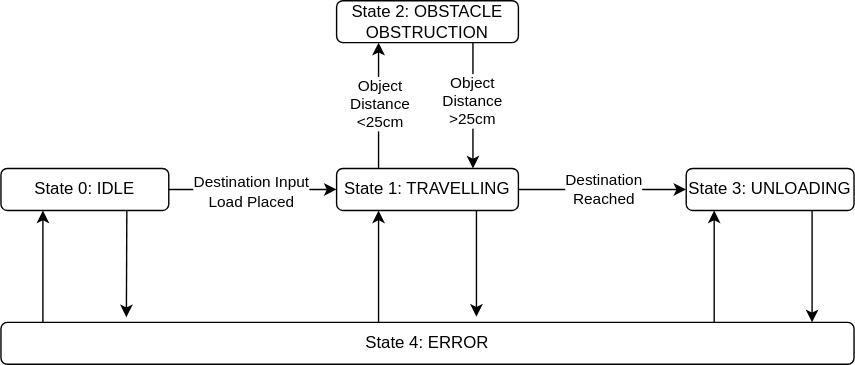
This is docs/State_Diagram.drawio.svg from ChidumamAmadi-Obi/Warehouse-AGV, a draw.io export, as it was before one commit. Source tidied: cells renumbered, new cells last; positions are measured from the earlier drawing's top-left corner, leaving out a move shared by most shapes. Its diagram source:
```xml
<mxGraphModel>
  <root>
    <mxCell id="0" />
    <mxCell id="1" parent="0" />
    <mxCell id="2" style="edgeStyle=orthogonalEdgeStyle;rounded=0;jettySize=auto;html=1;" parent="1" edge="1" source="4" target="9">
      <mxGeometry relative="1" as="geometry" />
    </mxCell>
    <mxCell id="3" value="&lt;div&gt;Destination Input&lt;/div&gt;&lt;div&gt;Load Placed&lt;/div&gt;" style="edgeLabel;html=1;align=center;verticalAlign=middle;" parent="2" vertex="1">
      <mxGeometry x="-0.03" y="-1" relative="1" as="geometry" />
    </mxCell>
    <mxCell id="4" value="State 0: IDLE" style="rounded=1;whiteSpace=wrap;html=1;" parent="1" vertex="1">
      <mxGeometry y="120" width="120" height="30" as="geometry" />
    </mxCell>
    <mxCell id="5" style="edgeStyle=orthogonalEdgeStyle;rounded=0;jettySize=auto;html=1;" parent="1" edge="1" source="9" target="12">
      <mxGeometry relative="1" as="geometry">
        <Array as="points">
          <mxPoint x="270" y="70" />
          <mxPoint x="270" y="70" />
        </Array>
      </mxGeometry>
    </mxCell>
    <mxCell id="6" value="&lt;div&gt;Object&lt;/div&gt;&lt;div&gt;Distance&lt;/div&gt;&lt;div&gt;&amp;lt;25cm&lt;/div&gt;" style="edgeLabel;html=1;align=center;verticalAlign=middle;" parent="5" vertex="1">
      <mxGeometry x="0.04" relative="1" as="geometry" />
    </mxCell>
    <mxCell id="7" style="edgeStyle=orthogonalEdgeStyle;rounded=0;jettySize=auto;html=1;entryX=0;entryY=0.5;entryDx=0;entryDy=0;" parent="1" edge="1" source="9" target="13">
      <mxGeometry relative="1" as="geometry" />
    </mxCell>
    <mxCell id="8" value="&lt;div&gt;Destination&lt;/div&gt;&lt;div&gt;Reached&lt;/div&gt;" style="edgeLabel;html=1;align=center;verticalAlign=middle;" parent="7" vertex="1">
      <mxGeometry y="1" relative="1" as="geometry" />
    </mxCell>
    <mxCell id="9" value="State 1: TRAVELLING" style="rounded=1;whiteSpace=wrap;html=1;" parent="1" vertex="1">
      <mxGeometry x="240" y="120" width="130" height="30" as="geometry" />
    </mxCell>
    <mxCell id="10" style="edgeStyle=orthogonalEdgeStyle;rounded=0;jettySize=auto;html=1;entryX=0.75;entryY=0;entryDx=0;entryDy=0;" parent="1" edge="1" source="12" target="9">
      <mxGeometry relative="1" as="geometry">
        <Array as="points">
          <mxPoint x="338" y="80" />
        </Array>
      </mxGeometry>
    </mxCell>
    <mxCell id="11" value="&lt;div&gt;Object&lt;/div&gt;&lt;div&gt;Distance&lt;/div&gt;&lt;div&gt;&amp;gt;25cm&lt;/div&gt;" style="edgeLabel;html=1;align=center;verticalAlign=middle;" parent="10" vertex="1">
      <mxGeometry x="-0.08" y="-1" relative="1" as="geometry" />
    </mxCell>
    <mxCell id="12" value="State 2: OBSTACLE OBSTRUCTION" style="rounded=1;whiteSpace=wrap;html=1;" parent="1" vertex="1">
      <mxGeometry x="240" width="130" height="30" as="geometry" />
    </mxCell>
    <mxCell id="13" value="State 3: UNLOADING" style="rounded=1;whiteSpace=wrap;html=1;" parent="1" vertex="1">
      <mxGeometry x="490" y="120" width="120" height="30" as="geometry" />
    </mxCell>
    <mxCell id="14" value="State 4: ERROR" style="rounded=1;whiteSpace=wrap;html=1;" parent="1" vertex="1">
      <mxGeometry y="230" width="610" height="30" as="geometry" />
    </mxCell>
    <mxCell id="15" style="endArrow=classic;html=1;rounded=0;entryX=0.147;entryY=-0.122;entryDx=0;entryDy=0;entryPerimeter=0;" parent="1" edge="1" target="14">
      <mxGeometry relative="1" as="geometry">
        <mxPoint x="90" y="150" as="sourcePoint" />
      </mxGeometry>
    </mxCell>
    <mxCell id="16" style="endArrow=classic;html=1;rounded=0;entryX=0.147;entryY=-0.122;entryDx=0;entryDy=0;entryPerimeter=0;" parent="1" edge="1">
      <mxGeometry relative="1" as="geometry">
        <mxPoint x="340" y="150" as="sourcePoint" />
        <mxPoint x="340" y="226" as="targetPoint" />
      </mxGeometry>
    </mxCell>
    <mxCell id="17" style="endArrow=classic;html=1;rounded=0;entryX=0.147;entryY=-0.122;entryDx=0;entryDy=0;entryPerimeter=0;" parent="1" edge="1">
      <mxGeometry relative="1" as="geometry">
        <mxPoint x="580" y="150" as="sourcePoint" />
        <mxPoint x="580" y="230" as="targetPoint" />
      </mxGeometry>
    </mxCell>
    <mxCell id="18" style="endArrow=classic;html=1;rounded=0;" parent="1" edge="1">
      <mxGeometry relative="1" as="geometry">
        <mxPoint x="30" y="230" as="sourcePoint" />
        <mxPoint x="30" y="150" as="targetPoint" />
      </mxGeometry>
    </mxCell>
    <mxCell id="19" style="endArrow=classic;html=1;rounded=0;" parent="1" edge="1">
      <mxGeometry relative="1" as="geometry">
        <mxPoint x="270" y="230" as="sourcePoint" />
        <mxPoint x="270" y="150" as="targetPoint" />
      </mxGeometry>
    </mxCell>
    <mxCell id="20" style="endArrow=classic;html=1;rounded=0;" parent="1" edge="1">
      <mxGeometry relative="1" as="geometry">
        <mxPoint x="510" y="230" as="sourcePoint" />
        <mxPoint x="510" y="150" as="targetPoint" />
      </mxGeometry>
    </mxCell>
  </root>
</mxGraphModel>
```
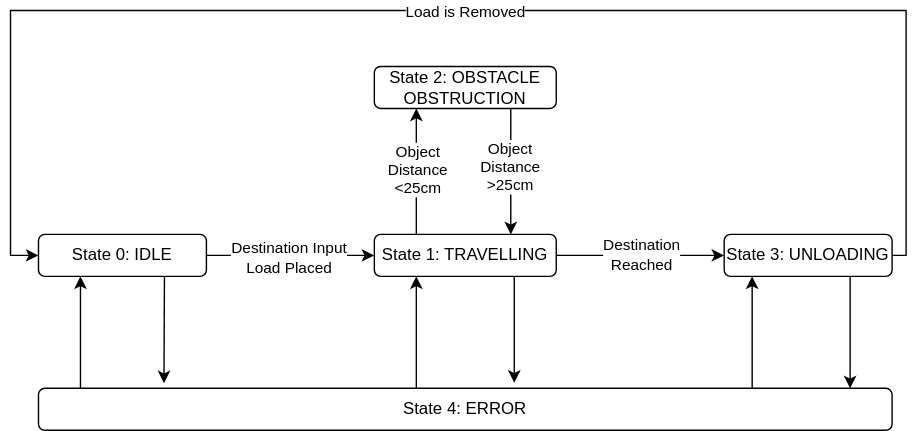
Above is the later version.

Commit message:
updated state diagram

Diff of the diagram source:
```diff
@@ -44,6 +44,19 @@
     <mxCell id="12" value="State 2: OBSTACLE OBSTRUCTION" style="rounded=1;whiteSpace=wrap;html=1;" parent="1" vertex="1">
       <mxGeometry x="240" width="130" height="30" as="geometry" />
     </mxCell>
+    <mxCell id="21" style="edgeStyle=orthogonalEdgeStyle;rounded=0;jettySize=auto;html=1;entryX=0;entryY=0.5;entryDx=0;entryDy=0;" parent="1" edge="1" source="13" target="4">
+      <mxGeometry relative="1" as="geometry">
+        <Array as="points">
+          <mxPoint x="620" y="135" />
+          <mxPoint x="620" y="-40" />
+          <mxPoint x="-20" y="-40" />
+          <mxPoint x="-20" y="135" />
+        </Array>
+      </mxGeometry>
+    </mxCell>
+    <mxCell id="22" value="Load is Removed" style="edgeLabel;html=1;align=center;verticalAlign=middle;" parent="21" vertex="1">
+      <mxGeometry x="-0.02" relative="1" as="geometry" />
+    </mxCell>
     <mxCell id="13" value="State 3: UNLOADING" style="rounded=1;whiteSpace=wrap;html=1;" parent="1" vertex="1">
       <mxGeometry x="490" y="120" width="120" height="30" as="geometry" />
     </mxCell>
```
